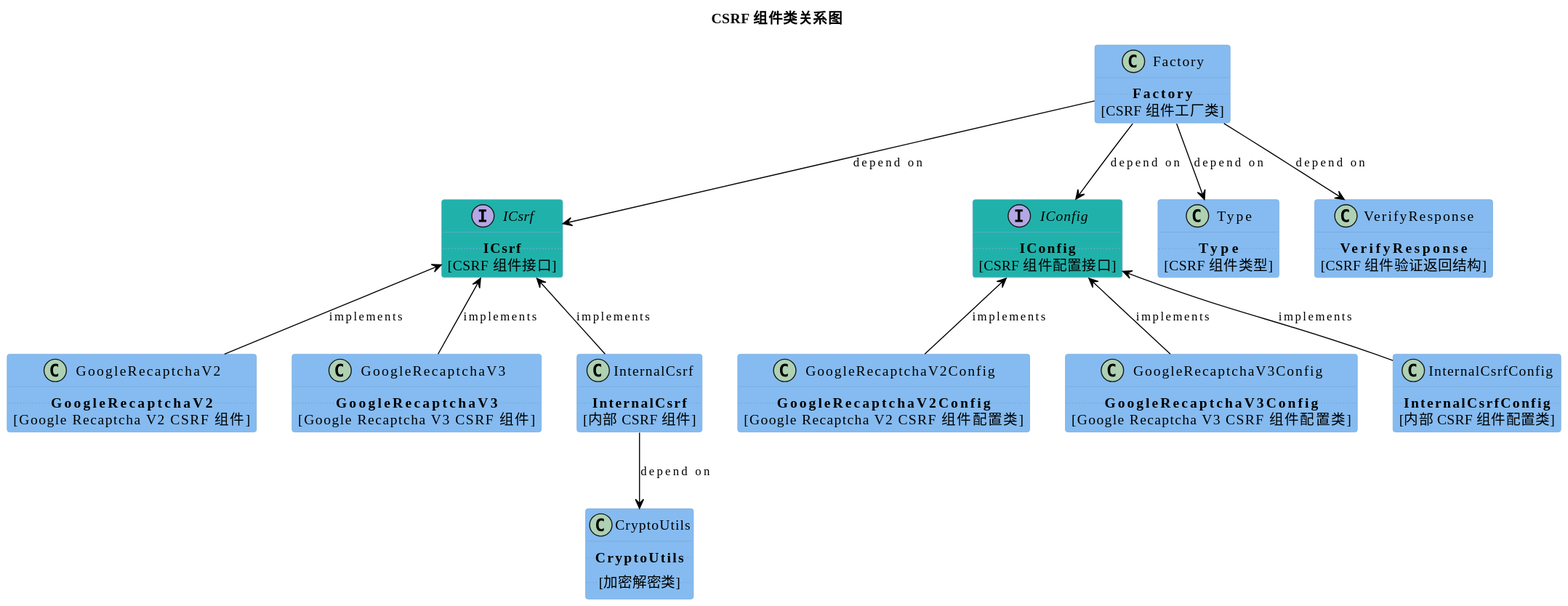
Earlier version of the PlantUML export php-csrf/class_diagram.svg (xfdipzone/php-program).
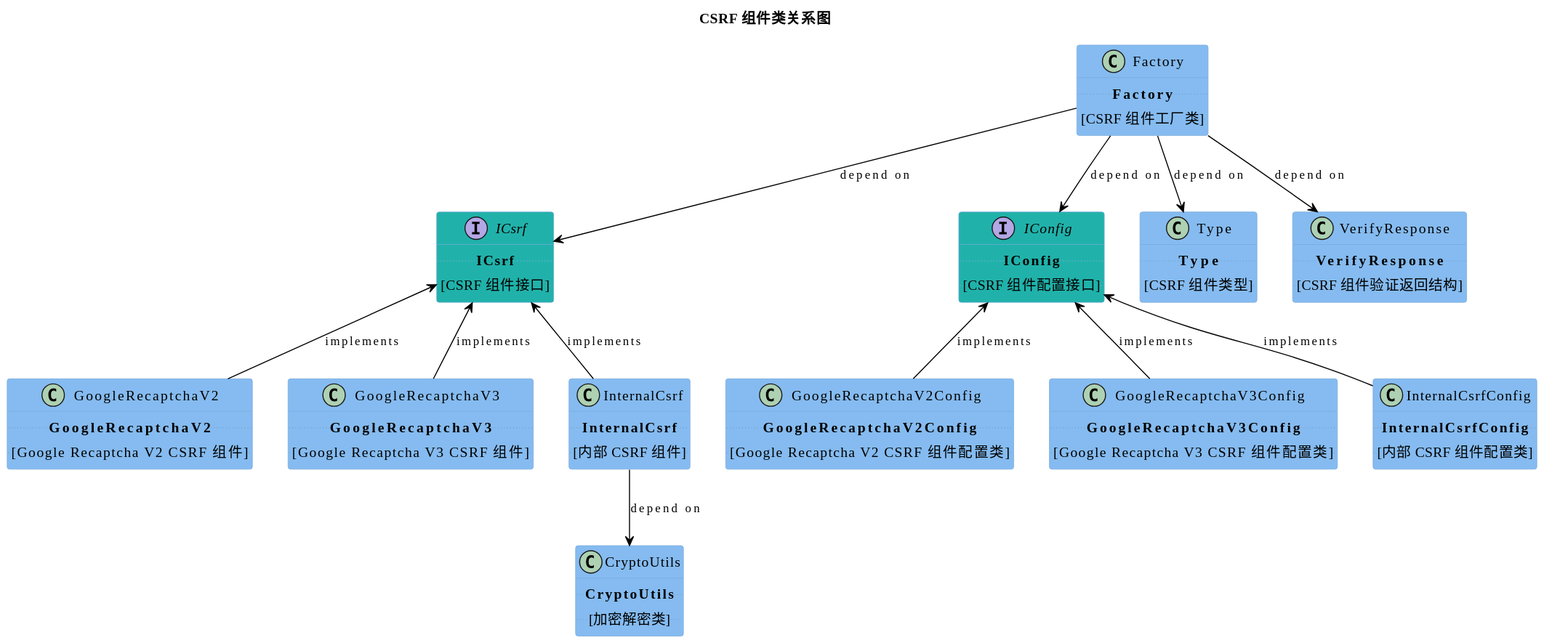
After the change.

Commit message:
docs: update php-csrf README

update class diagram.

What changed in the source:
```diff
@@ -24,47 +24,47 @@
 }
 class Factory {
     ..**Factory**..
-    [CSRF 组件工厂类]
+    ..[CSRF 组件工厂类]..
 }
 class Type {
     ..**Type**..
-    [CSRF 组件类型]
+    ..[CSRF 组件类型]..
 }
 class VerifyResponse {
     ..**VerifyResponse**..
-    [CSRF 组件验证返回结构]
+    ..[CSRF 组件验证返回结构]..
 }
 interface IConfig #20B2AA {
     ..**IConfig**..
-    [CSRF 组件配置接口]
+    ..[CSRF 组件配置接口]..
 }
 class GoogleRecaptchaV2Config {
     ..**GoogleRecaptchaV2Config**..
-    [Google Recaptcha V2 CSRF 组件配置类]
+    ..[Google Recaptcha V2 CSRF 组件配置类]..
 }
 class GoogleRecaptchaV3Config {
     ..**GoogleRecaptchaV3Config**..
-    [Google Recaptcha V3 CSRF 组件配置类]
+    ..[Google Recaptcha V3 CSRF 组件配置类]..
 }
 class InternalCsrfConfig {
     ..**InternalCsrfConfig**..
-    [内部 CSRF 组件配置类]
+    ..[内部 CSRF 组件配置类]..
 }
 interface ICsrf #20B2AA {
     ..**ICsrf**..
-    [CSRF 组件接口]
+    ..[CSRF 组件接口]..
 }
 class GoogleRecaptchaV2 {
     ..**GoogleRecaptchaV2**..
-    [Google Recaptcha V2 CSRF 组件]
+    ..[Google Recaptcha V2 CSRF 组件]..
 }
 class GoogleRecaptchaV3 {
     ..**GoogleRecaptchaV3**..
-    [Google Recaptcha V3 CSRF 组件]
+    ..[Google Recaptcha V3 CSRF 组件]..
 }
 class InternalCsrf {
     ..**InternalCsrf**..
-    [内部 CSRF 组件]
+    ..[内部 CSRF 组件]..
 }
 class CryptoUtils {
     ..**CryptoUtils**..
```
